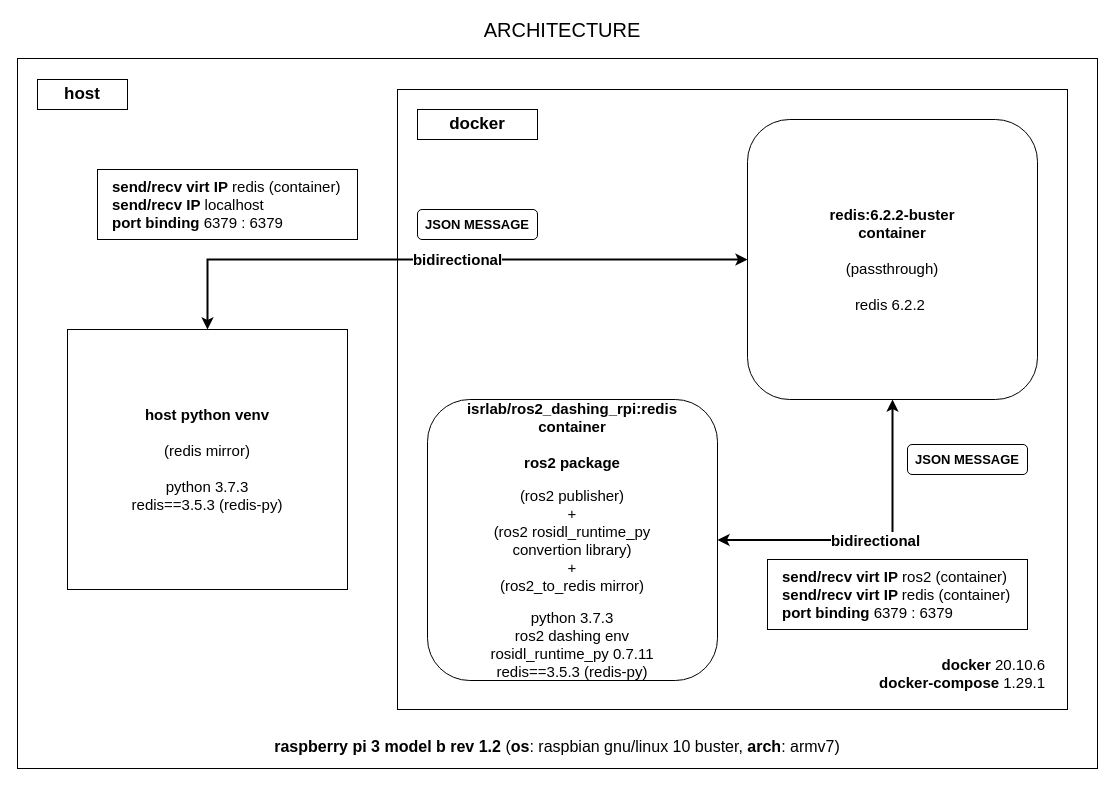
This is docs/src/arch.drawio from mdegree-nedas/ISRLAB-physical, a draw.io file, before an edit. Source tidied: cells renumbered, new cells numbered last; positions are measured from the earlier drawing's top-left corner, leaving out a move shared by most shapes. Both pictures are drawn from the tidied source at 100%, with x=0, y=0 at pixel (17, 19).
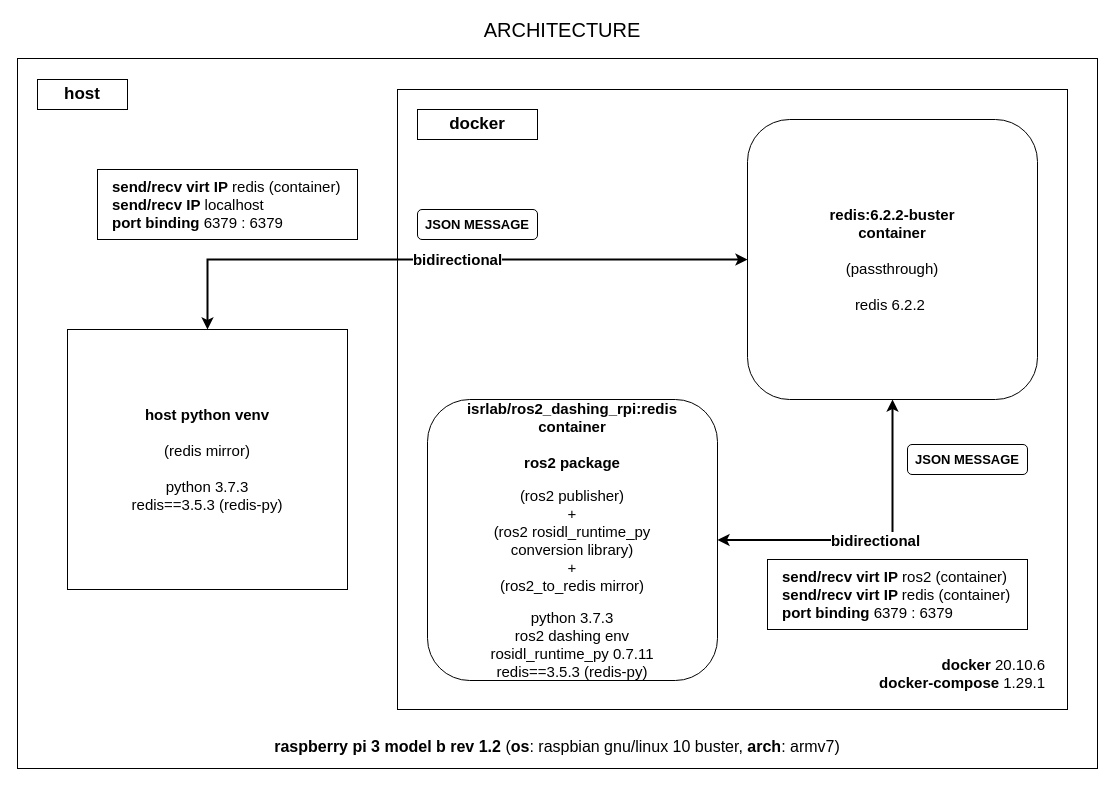
Above is the later version.

Commit message (it also covers changes not shown here):
arch fix def

The edit, as a diff of the source:
```diff
@@
 <mxGraphModel>
   <root>
     <mxCell id="0" />
     <mxCell id="1" parent="0" />
     <mxCell id="2" value="&lt;font style=&quot;font-size: 16px&quot;&gt;&lt;b&gt;raspberry pi 3 model b rev 1.2&amp;nbsp;&lt;/b&gt;(&lt;b&gt;os&lt;/b&gt;: raspbian gnu/linux 10 buster, &lt;b&gt;arch&lt;/b&gt;: armv7)&lt;/font&gt;" style="rounded=0;whiteSpace=wrap;html=1;verticalAlign=bottom;align=center;spacingLeft=0;spacingBottom=10;" parent="1" vertex="1">
       <mxGeometry y="39" width="1080" height="710" as="geometry" />
     </mxCell>
     <mxCell id="3" value="&lt;font style=&quot;font-size: 15px&quot;&gt;&lt;b&gt;host python venv&lt;/b&gt;&lt;br&gt;&lt;br&gt;(redis mirror)&lt;br&gt;&lt;br&gt;python 3.7.3&lt;br&gt;redis==3.5.3 (redis-py)&lt;br&gt;&lt;/font&gt;" style="rounded=0;whiteSpace=wrap;html=1;" parent="1" vertex="1">
       <mxGeometry x="50" y="310" width="280" height="260" as="geometry" />
     </mxCell>
     <mxCell id="4" value="&lt;font&gt;&lt;b style=&quot;font-size: 15px&quot;&gt;docker &lt;/b&gt;&lt;span style=&quot;font-size: 15px&quot;&gt;20.10.6&lt;/span&gt;&lt;br&gt;&lt;b style=&quot;font-size: 15px&quot;&gt;docker-compose&amp;nbsp;&lt;/b&gt;&lt;span style=&quot;font-size: 15px&quot;&gt;1.29.1&lt;/span&gt;&lt;br&gt;&lt;/font&gt;" style="rounded=0;whiteSpace=wrap;html=1;verticalAlign=bottom;align=right;spacingRight=20;spacingBottom=15;" parent="1" vertex="1">
       <mxGeometry x="380" y="70" width="670" height="620" as="geometry" />
     </mxCell>
-    <mxCell id="5" value="&lt;font&gt;&lt;b style=&quot;font-size: 15px&quot;&gt;isrlab/ros2_dashing_rpi:redis&lt;br&gt;container&lt;br&gt;&lt;br&gt;ros2 package&lt;br&gt;&lt;/b&gt;&lt;br&gt;&lt;span style=&quot;font-size: 15px&quot;&gt;(ros2 publisher)&lt;/span&gt;&lt;br&gt;&lt;span style=&quot;font-size: 15px&quot;&gt;+&lt;br&gt;&lt;/span&gt;&lt;span style=&quot;font-size: 15px&quot;&gt;(ros2 rosidl_runtime_py&lt;br&gt;convertion library)&lt;/span&gt;&lt;br&gt;&lt;span style=&quot;font-size: 15px&quot;&gt;+&lt;/span&gt;&lt;br&gt;&lt;span style=&quot;font-size: 15px&quot;&gt;(ros2_to_redis mirror)&lt;/span&gt;&lt;br&gt;&lt;br&gt;&lt;span style=&quot;font-size: 15px&quot;&gt;python 3.7.3&lt;/span&gt;&lt;br&gt;&lt;span style=&quot;font-size: 15px&quot;&gt;ros2 dashing env&lt;br&gt;&lt;/span&gt;&lt;span style=&quot;font-size: 15px&quot;&gt;rosidl_runtime_py&amp;nbsp;&lt;/span&gt;&lt;span style=&quot;font-size: 15px&quot;&gt;0.7.11&lt;/span&gt;&lt;br&gt;&lt;span style=&quot;font-size: 15px&quot;&gt;redis==3.5.3 (redis-py)&lt;/span&gt;&lt;br&gt;&lt;/font&gt;" style="rounded=1;whiteSpace=wrap;html=1;" parent="1" vertex="1">
+    <mxCell id="5" value="&lt;font&gt;&lt;b style=&quot;font-size: 15px&quot;&gt;isrlab/ros2_dashing_rpi:redis&lt;br&gt;container&lt;br&gt;&lt;br&gt;ros2 package&lt;br&gt;&lt;/b&gt;&lt;br&gt;&lt;span style=&quot;font-size: 15px&quot;&gt;(ros2 publisher)&lt;/span&gt;&lt;br&gt;&lt;span style=&quot;font-size: 15px&quot;&gt;+&lt;br&gt;&lt;/span&gt;&lt;span style=&quot;font-size: 15px&quot;&gt;(ros2 rosidl_runtime_py&lt;br&gt;conversion library)&lt;/span&gt;&lt;br&gt;&lt;span style=&quot;font-size: 15px&quot;&gt;+&lt;/span&gt;&lt;br&gt;&lt;span style=&quot;font-size: 15px&quot;&gt;(ros2_to_redis mirror)&lt;/span&gt;&lt;br&gt;&lt;br&gt;&lt;span style=&quot;font-size: 15px&quot;&gt;python 3.7.3&lt;/span&gt;&lt;br&gt;&lt;span style=&quot;font-size: 15px&quot;&gt;ros2 dashing env&lt;br&gt;&lt;/span&gt;&lt;span style=&quot;font-size: 15px&quot;&gt;rosidl_runtime_py&amp;nbsp;&lt;/span&gt;&lt;span style=&quot;font-size: 15px&quot;&gt;0.7.11&lt;/span&gt;&lt;br&gt;&lt;span style=&quot;font-size: 15px&quot;&gt;redis==3.5.3 (redis-py)&lt;/span&gt;&lt;br&gt;&lt;/font&gt;" style="rounded=1;whiteSpace=wrap;html=1;" parent="1" vertex="1">
       <mxGeometry x="410" y="380" width="290" height="281" as="geometry" />
     </mxCell>
     <mxCell id="6" value="&lt;b&gt;&lt;font style=&quot;font-size: 15px&quot;&gt;bidirectional&lt;/font&gt;&lt;/b&gt;" style="edgeStyle=orthogonalEdgeStyle;rounded=0;jettySize=auto;html=1;exitX=0;exitY=0.5;exitDx=0;exitDy=0;entryX=0.5;entryY=0;entryDx=0;entryDy=0;strokeWidth=2;startArrow=classic;startFill=1;spacingLeft=30;" parent="1" edge="1" source="7" target="3">
       <mxGeometry relative="1" as="geometry">
         <Array as="points">
           <mxPoint x="190" y="240" />
         </Array>
       </mxGeometry>
     </mxCell>
     <mxCell id="7" value="&lt;font style=&quot;font-size: 15px&quot;&gt;&lt;b&gt;redis:6.2.2-buster&lt;/b&gt;&lt;br&gt;&lt;b&gt;container&lt;/b&gt;&lt;br&gt;&lt;br&gt;&lt;span&gt;(passthrough)&lt;br&gt;&lt;/span&gt;&lt;br&gt;redis 6.2.2&amp;nbsp;&lt;br&gt;&lt;/font&gt;" style="rounded=1;whiteSpace=wrap;html=1;" parent="1" vertex="1">
       <mxGeometry x="730" y="100" width="290" height="280" as="geometry" />
     </mxCell>
     <mxCell id="8" value="&lt;font style=&quot;font-size: 15px&quot;&gt;&lt;b&gt;bidirectional&lt;/b&gt;&lt;/font&gt;" style="edgeStyle=orthogonalEdgeStyle;rounded=0;jettySize=auto;html=1;entryX=0.5;entryY=1;entryDx=0;entryDy=0;strokeWidth=2;startArrow=classic;startFill=1;" parent="1" edge="1" source="5" target="7">
       <mxGeometry relative="1" as="geometry" />
     </mxCell>
     <mxCell id="9" value="&lt;font style=&quot;font-size: 20px&quot;&gt;ARCHITECTURE&lt;/font&gt;" style="text;html=1;strokeColor=none;fillColor=none;align=center;verticalAlign=middle;whiteSpace=wrap;rounded=0;" parent="1" vertex="1">
       <mxGeometry x="415" width="260" height="20" as="geometry" />
     </mxCell>
     <mxCell id="10" value="&lt;font style=&quot;font-size: 15px&quot;&gt;&lt;b&gt;send/recv virt IP&amp;nbsp;&lt;/b&gt;ros2 (container)&lt;br&gt;&lt;b&gt;send/recv virt IP &lt;/b&gt;redis (container)&lt;br&gt;&lt;b&gt;port binding&amp;nbsp;&lt;/b&gt;6379&amp;nbsp;:&amp;nbsp;&lt;/font&gt;&lt;span style=&quot;font-size: 15px&quot;&gt;6379&lt;/span&gt;" style="text;html=1;fillColor=none;align=left;verticalAlign=middle;whiteSpace=wrap;rounded=0;strokeColor=#000000;strokeWidth=1;spacing=15;" parent="1" vertex="1">
       <mxGeometry x="750" y="540" width="260" height="70" as="geometry" />
     </mxCell>
     <mxCell id="11" value="&lt;font style=&quot;font-size: 15px&quot;&gt;&lt;b&gt;send/recv virt IP&amp;nbsp;&lt;/b&gt;redis (container)&lt;br&gt;&lt;b&gt;send/recv IP&amp;nbsp;&lt;/b&gt;localhost&lt;br&gt;&lt;b&gt;port binding&amp;nbsp;&lt;/b&gt;6379&amp;nbsp;:&amp;nbsp;&lt;/font&gt;&lt;span style=&quot;font-size: 15px&quot;&gt;6379&lt;/span&gt;" style="text;html=1;fillColor=none;align=left;verticalAlign=middle;whiteSpace=wrap;rounded=0;strokeColor=#000000;strokeWidth=1;spacing=15;" parent="1" vertex="1">
       <mxGeometry x="80" y="150" width="260" height="70" as="geometry" />
     </mxCell>
     <mxCell id="12" value="&lt;b style=&quot;font-size: 17px;&quot;&gt;&lt;span style=&quot;font-size: 17px;&quot;&gt;&lt;font style=&quot;font-size: 17px;&quot;&gt;host&lt;/font&gt;&lt;/span&gt;&lt;/b&gt;" style="text;html=1;fillColor=none;align=center;verticalAlign=middle;whiteSpace=wrap;rounded=0;strokeColor=#000000;strokeWidth=1;fontStyle=0;fontSize=17;" parent="1" vertex="1">
       <mxGeometry x="20" y="60" width="90" height="30" as="geometry" />
     </mxCell>
     <mxCell id="13" value="&lt;b style=&quot;font-size: 17px;&quot;&gt;&lt;span style=&quot;font-size: 17px;&quot;&gt;&lt;font style=&quot;font-size: 17px;&quot;&gt;docker&lt;/font&gt;&lt;/span&gt;&lt;/b&gt;" style="text;html=1;fillColor=none;align=center;verticalAlign=middle;whiteSpace=wrap;rounded=0;strokeColor=#000000;strokeWidth=1;spacing=2;fontStyle=0;fontSize=17;" parent="1" vertex="1">
       <mxGeometry x="400" y="90" width="120" height="30" as="geometry" />
     </mxCell>
     <mxCell id="14" value="JSON MESSAGE" style="rounded=1;whiteSpace=wrap;html=1;verticalAlign=middle;fontStyle=1;fontSize=13;" parent="1" vertex="1">
       <mxGeometry x="890" y="425" width="120" height="30" as="geometry" />
     </mxCell>
     <mxCell id="15" value="JSON MESSAGE" style="rounded=1;whiteSpace=wrap;html=1;verticalAlign=middle;fontStyle=1;fontSize=13;" parent="1" vertex="1">
       <mxGeometry x="400" y="190" width="120" height="30" as="geometry" />
     </mxCell>
   </root>
 </mxGraphModel>
```
